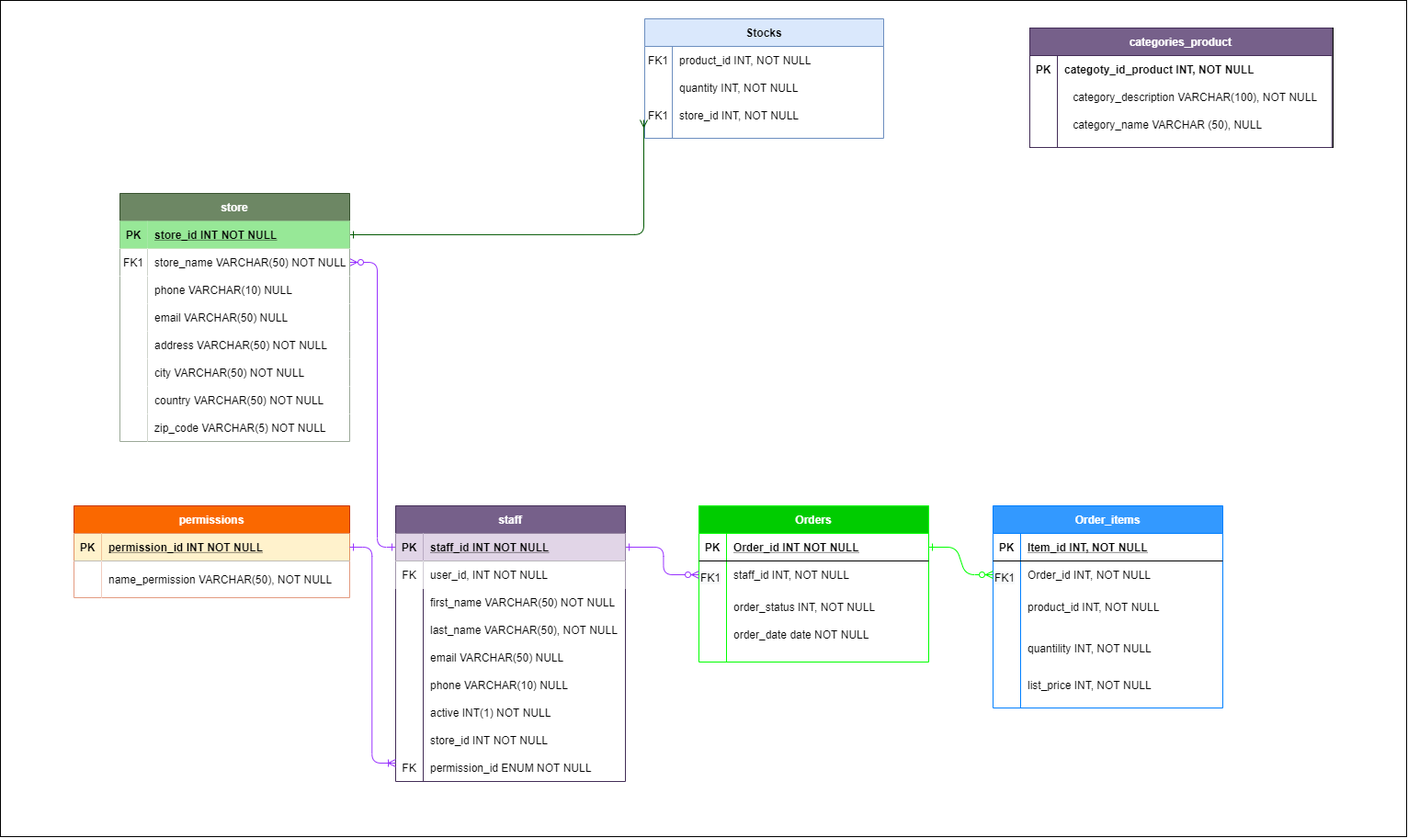
Before: RestaSoft Diagram.png, a diagram exported from draw.io (RestaSoft/ERM-RestaSoft). Source tidied: cells renumbered, new cells last; positions are measured from the earlier drawing's top-left corner, leaving out a move shared by most shapes.
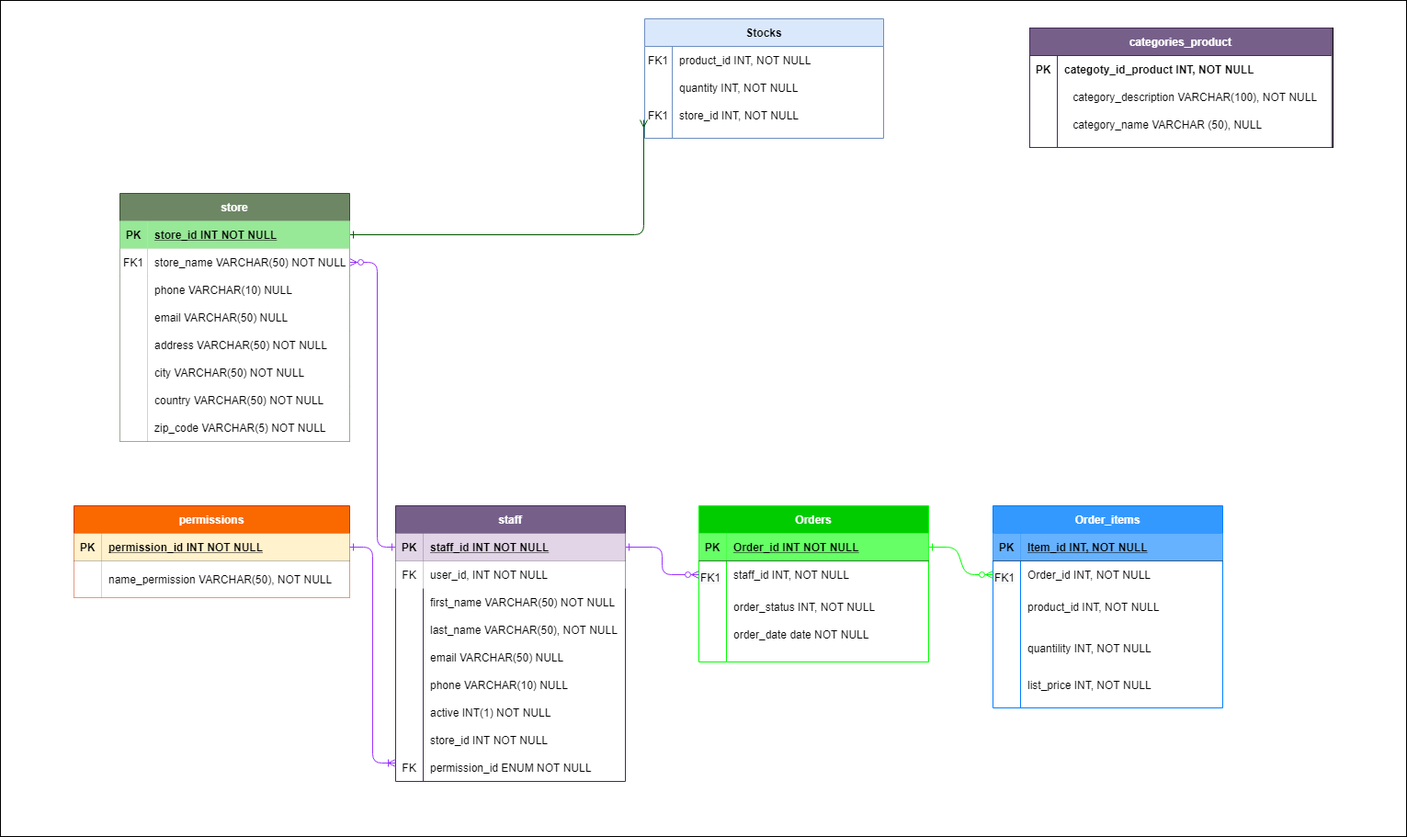
The same file after the commit.

Commit message:
Tonalidades de llaves prmarias

The edit, as a diff of the source:
```diff
@@ -42,10 +42,10 @@
     <mxCell id="13" style="shape=partialRectangle;fillColor=none;points=[[0,0.5],[1,0.5]];portConstraint=eastwest;top=0;left=0;right=0;bottom=1;" parent="12" vertex="1">
       <mxGeometry y="30" width="250" height="30" as="geometry" />
     </mxCell>
-    <mxCell id="14" value="PK" style="shape=partialRectangle;overflow=hidden;fillColor=none;top=0;left=0;bottom=0;right=0;fontStyle=1;" parent="13" vertex="1">
+    <mxCell id="14" value="PK" style="shape=partialRectangle;overflow=hidden;top=0;left=0;bottom=0;right=0;fontStyle=1;fillColor=#66FF66;" parent="13" vertex="1">
       <mxGeometry width="30" height="30" as="geometry" />
     </mxCell>
-    <mxCell id="15" value="Order_id INT NOT NULL" style="shape=partialRectangle;overflow=hidden;fillColor=none;top=0;left=0;bottom=0;right=0;align=left;spacingLeft=6;fontStyle=5;" parent="13" vertex="1">
+    <mxCell id="15" value="Order_id INT NOT NULL" style="shape=partialRectangle;overflow=hidden;top=0;left=0;bottom=0;right=0;align=left;spacingLeft=6;fontStyle=5;labelBackgroundColor=#66FF66;fillColor=#66FF66;" parent="13" vertex="1">
       <mxGeometry x="30" width="220" height="30" as="geometry" />
     </mxCell>
     <mxCell id="16" style="shape=partialRectangle;fillColor=none;top=0;left=0;right=0;bottom=0;" parent="12" vertex="1">
@@ -90,10 +90,10 @@
     <mxCell id="29" style="shape=partialRectangle;fillColor=none;top=0;left=0;right=0;bottom=1;" parent="28" vertex="1">
       <mxGeometry y="30" width="250" height="30" as="geometry" />
     </mxCell>
-    <mxCell id="30" value="PK" style="shape=partialRectangle;overflow=hidden;fillColor=none;top=0;left=0;bottom=0;right=0;fontStyle=1;" parent="29" vertex="1">
+    <mxCell id="30" value="PK" style="shape=partialRectangle;overflow=hidden;top=0;left=0;bottom=0;right=0;fontStyle=1;fillColor=#66B2FF;" parent="29" vertex="1">
       <mxGeometry width="30" height="30" as="geometry" />
     </mxCell>
-    <mxCell id="31" value="Item_id INT, NOT NULL" style="shape=partialRectangle;overflow=hidden;fillColor=none;top=0;left=0;bottom=0;right=0;align=left;spacingLeft=6;fontStyle=5;" parent="29" vertex="1">
+    <mxCell id="31" value="Item_id INT, NOT NULL" style="shape=partialRectangle;overflow=hidden;top=0;left=0;bottom=0;right=0;align=left;spacingLeft=6;fontStyle=5;fillColor=#66B2FF;" parent="29" vertex="1">
       <mxGeometry x="30" width="220" height="30" as="geometry" />
     </mxCell>
     <mxCell id="32" style="shape=partialRectangle;fillColor=none;top=0;left=0;right=0;bottom=0;" parent="28" vertex="1">
```
